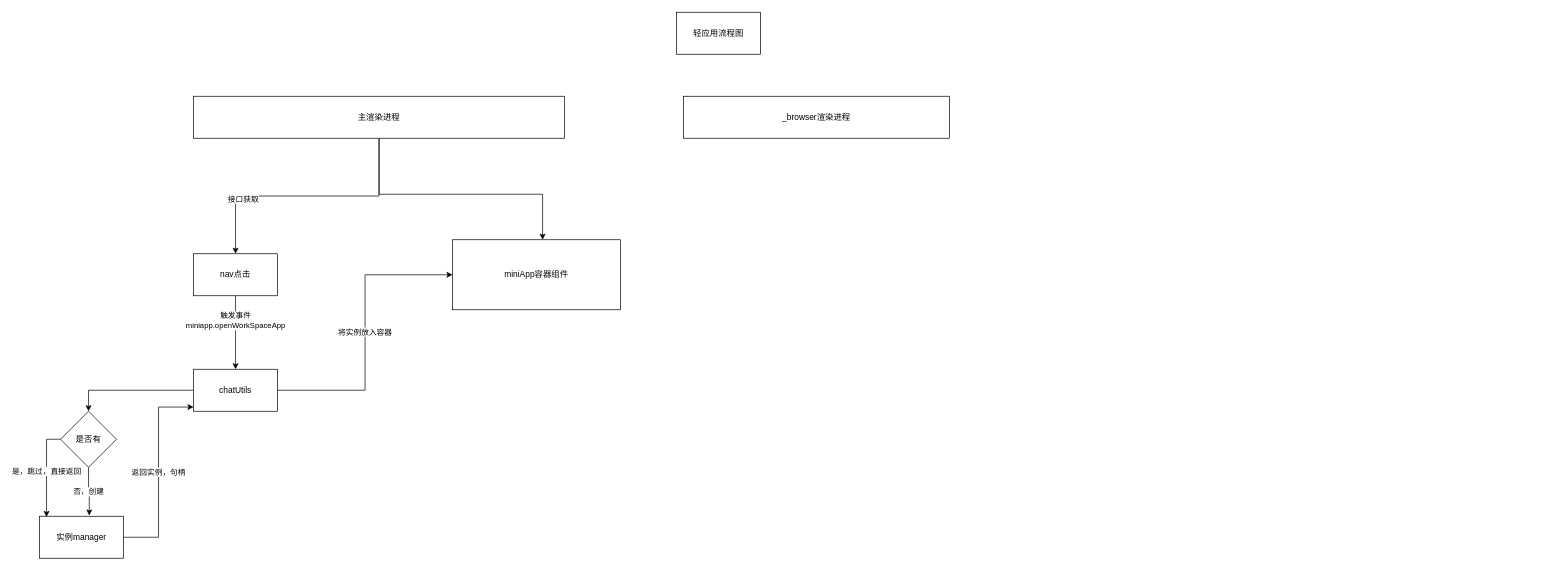
Earlier version of the draw.io diagram miniapp.drawio (oppo-80343438/flowChart). Source tidied: cells renumbered, new cells numbered last; positions are measured from the earlier drawing's top-left corner, leaving out a move shared by most shapes. Both pictures are drawn from the tidied source at 70%, with x=0, y=0 at pixel (39, 12).
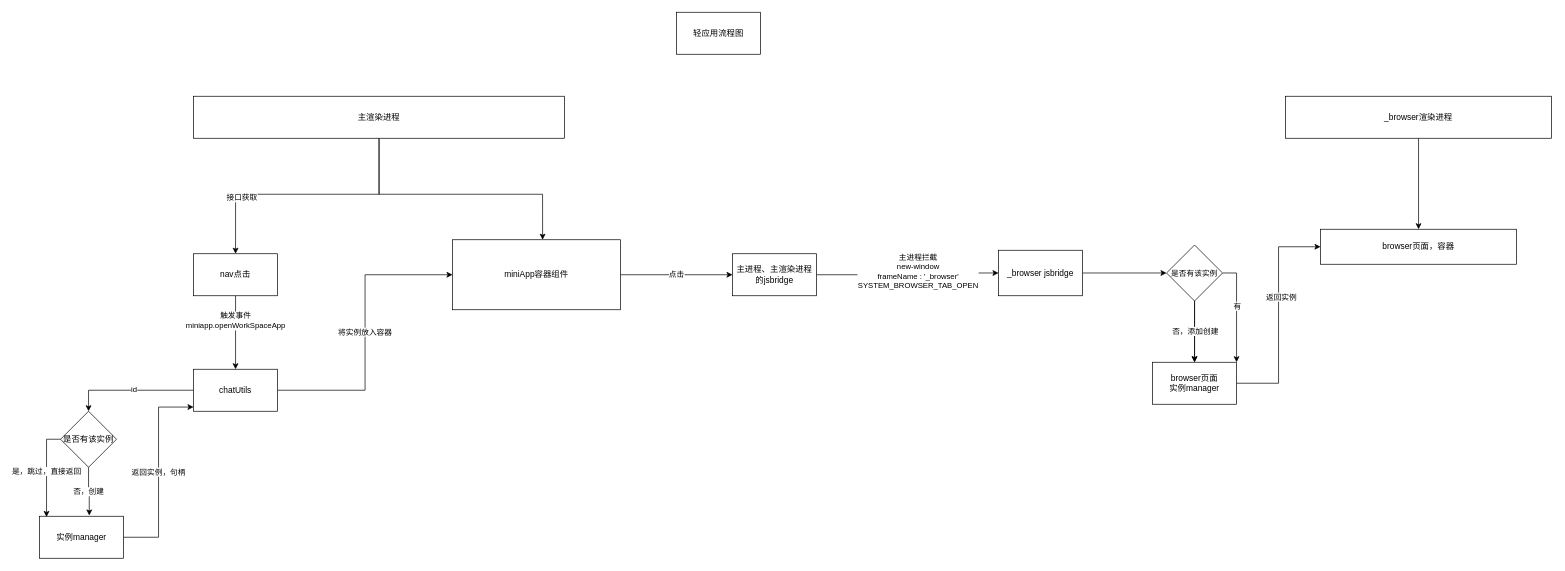
Above is the later version.

The change refers to these unchanged cells:
```xml
<mxCell id="6" value="主渲染进程" style="rounded=0;whiteSpace=wrap;html=1;" parent="1" vertex="1">
  <mxGeometry x="220" y="120" width="530" height="60" as="geometry" />
</mxCell>
<mxCell id="7" value="miniApp容器组件" style="rounded=0;whiteSpace=wrap;html=1;" parent="1" vertex="1">
  <mxGeometry x="590" y="325" width="240" height="100" as="geometry" />
</mxCell>
<mxCell id="10" value="nav点击" style="rounded=0;whiteSpace=wrap;html=1;" parent="1" vertex="1">
  <mxGeometry x="220" y="345" width="120" height="60" as="geometry" />
</mxCell>
<mxCell id="11" style="edgeStyle=orthogonalEdgeStyle;rounded=0;jettySize=auto;html=1;entryX=0.5;entryY=0;entryDx=0;entryDy=0;" parent="1" edge="1" source="13" target="18">
  <mxGeometry relative="1" as="geometry" />
</mxCell>
```

Diff of the diagram source:
```diff
@@
     <mxCell id="4" style="edgeStyle=orthogonalEdgeStyle;rounded=0;jettySize=auto;html=1;entryX=0.5;entryY=0;entryDx=0;entryDy=0;" parent="1" edge="1" source="6" target="10">
-      <mxGeometry relative="1" as="geometry" />
+      <mxGeometry relative="1" as="geometry">
+        <Array as="points">
+          <mxPoint x="485" y="260" />
+          <mxPoint x="280" y="260" />
+        </Array>
+      </mxGeometry>
     </mxCell>
@@
+    <mxCell id="20" value="点击" style="edgeStyle=orthogonalEdgeStyle;rounded=0;jettySize=auto;html=1;entryX=0;entryY=0.5;entryDx=0;entryDy=0;" parent="1" edge="1" source="7" target="25">
+      <mxGeometry relative="1" as="geometry" />
+    </mxCell>
@@
+    <mxCell id="21" value="id" style="edgeLabel;html=1;align=center;verticalAlign=middle;" parent="11" vertex="1">
+      <mxGeometry x="-0.04" y="-2" relative="1" as="geometry" />
+    </mxCell>
@@
-    <mxCell id="18" value="是否有" style="rhombus;whiteSpace=wrap;html=1;" parent="1" vertex="1">
+    <mxCell id="18" value="是否有该实例" style="rhombus;whiteSpace=wrap;html=1;" parent="1" vertex="1">
       <mxGeometry x="30" y="570" width="80" height="80" as="geometry" />
     </mxCell>
+    <mxCell id="22" style="edgeStyle=orthogonalEdgeStyle;rounded=0;jettySize=auto;html=1;entryX=0.5;entryY=0;entryDx=0;entryDy=0;" parent="1" edge="1" source="19" target="26">
+      <mxGeometry relative="1" as="geometry" />
+    </mxCell>
     <mxCell id="19" value="_browser渲染进程" style="rounded=0;whiteSpace=wrap;html=1;" parent="1" vertex="1">
-      <mxGeometry x="920" y="120" width="380" height="60" as="geometry" />
+      <mxGeometry x="1780" y="120" width="380" height="60" as="geometry" />
     </mxCell>
+    <mxCell id="23" style="edgeStyle=orthogonalEdgeStyle;rounded=0;jettySize=auto;html=1;entryX=0;entryY=0.5;entryDx=0;entryDy=0;" parent="1" edge="1" source="25" target="37">
+      <mxGeometry relative="1" as="geometry" />
+    </mxCell>
+    <mxCell id="24" value="主进程拦截&lt;br&gt;new-window&lt;br&gt;frameName : '_browser'&lt;br&gt;&lt;span style=&quot;font-size: 11px&quot;&gt;SYSTEM_BROWSER_TAB_OPEN&lt;/span&gt;" style="edgeLabel;html=1;align=center;verticalAlign=middle;" parent="23" vertex="1">
+      <mxGeometry x="0.12" y="3" relative="1" as="geometry" />
+    </mxCell>
+    <mxCell id="25" value="主进程、主渲染进程的jsbridge" style="rounded=0;whiteSpace=wrap;html=1;" parent="1" vertex="1">
+      <mxGeometry x="990" y="345" width="120" height="60" as="geometry" />
+    </mxCell>
+    <mxCell id="26" value="&lt;span&gt;browser页面，容器&lt;/span&gt;" style="rounded=0;whiteSpace=wrap;html=1;" parent="1" vertex="1">
+      <mxGeometry x="1830" y="310" width="280" height="50" as="geometry" />
+    </mxCell>
+    <mxCell id="27" style="edgeStyle=orthogonalEdgeStyle;rounded=0;jettySize=auto;html=1;entryX=0;entryY=0.5;entryDx=0;entryDy=0;" parent="1" edge="1" source="29" target="26">
+      <mxGeometry relative="1" as="geometry" />
+    </mxCell>
+    <mxCell id="28" value="返回实例" style="edgeLabel;html=1;align=center;verticalAlign=middle;" parent="27" vertex="1">
+      <mxGeometry x="0.17" y="-3" relative="1" as="geometry" />
+    </mxCell>
+    <mxCell id="29" value="browser页面&lt;br&gt;实例manager" style="rounded=0;whiteSpace=wrap;html=1;" parent="1" vertex="1">
+      <mxGeometry x="1590" y="500" width="120" height="60" as="geometry" />
+    </mxCell>
+    <mxCell id="30" style="edgeStyle=orthogonalEdgeStyle;rounded=0;jettySize=auto;html=1;entryX=0.5;entryY=0;entryDx=0;entryDy=0;" parent="1" edge="1" source="35" target="29">
+      <mxGeometry relative="1" as="geometry" />
+    </mxCell>
+    <mxCell id="31" style="edgeStyle=orthogonalEdgeStyle;rounded=0;jettySize=auto;html=1;" parent="1" edge="1" source="35" target="29">
+      <mxGeometry relative="1" as="geometry" />
+    </mxCell>
+    <mxCell id="32" value="否，添加创建" style="edgeLabel;html=1;align=center;verticalAlign=middle;" parent="31" vertex="1">
+      <mxGeometry x="-0.01" relative="1" as="geometry" />
+    </mxCell>
+    <mxCell id="33" style="edgeStyle=orthogonalEdgeStyle;rounded=0;jettySize=auto;html=1;entryX=1;entryY=0;entryDx=0;entryDy=0;" parent="1" edge="1" source="35" target="29">
+      <mxGeometry relative="1" as="geometry">
+        <Array as="points">
+          <mxPoint x="1710" y="373" />
+        </Array>
+      </mxGeometry>
+    </mxCell>
+    <mxCell id="34" value="有" style="edgeLabel;html=1;align=center;verticalAlign=middle;" parent="33" vertex="1">
+      <mxGeometry x="-0.11" relative="1" as="geometry">
+        <mxPoint y="1" as="offset" />
+      </mxGeometry>
+    </mxCell>
+    <mxCell id="35" value="&lt;span style=&quot;font-size: 11px ; background-color: rgb(255 , 255 , 255)&quot;&gt;是否有该实例&lt;/span&gt;" style="rhombus;whiteSpace=wrap;html=1;" parent="1" vertex="1">
+      <mxGeometry x="1610" y="332.5" width="80" height="80" as="geometry" />
+    </mxCell>
+    <mxCell id="36" style="edgeStyle=orthogonalEdgeStyle;rounded=0;jettySize=auto;html=1;entryX=0;entryY=0.5;entryDx=0;entryDy=0;" parent="1" edge="1" source="37" target="35">
+      <mxGeometry relative="1" as="geometry" />
+    </mxCell>
+    <mxCell id="37" value="_browser jsbridge" style="rounded=0;whiteSpace=wrap;html=1;" parent="1" vertex="1">
+      <mxGeometry x="1370" y="340" width="120" height="65" as="geometry" />
+    </mxCell>
```
